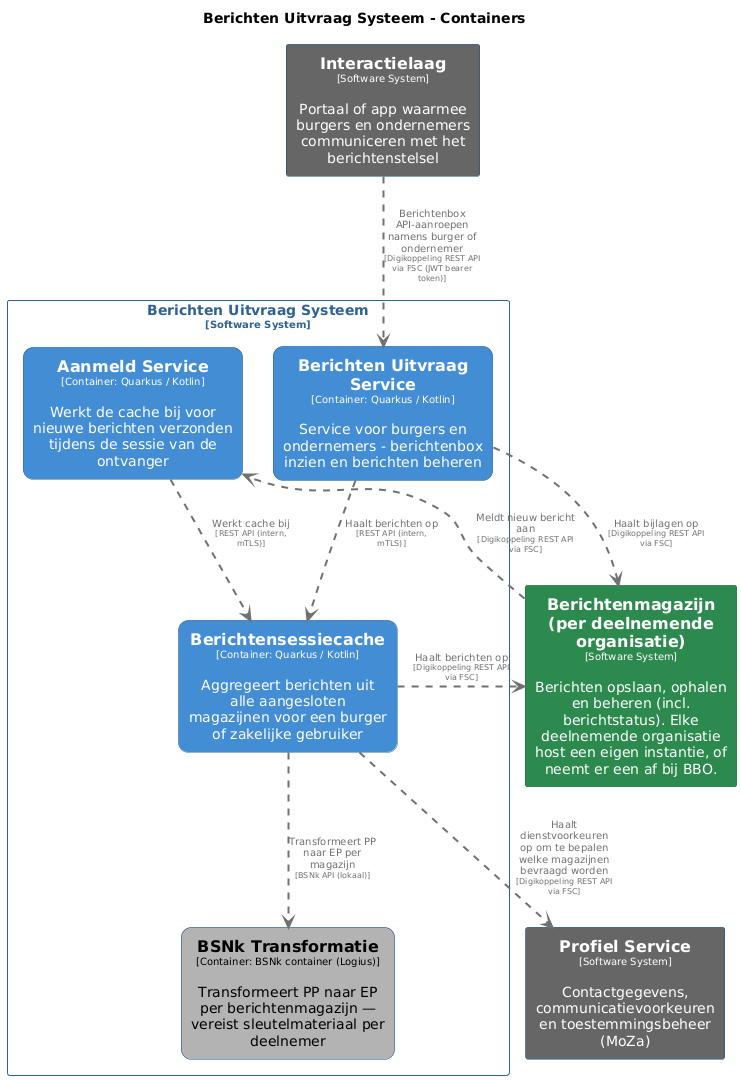
MinBZK/moza-poc-fbs-berichtenbox keeps this PlantUML diagram as pr-preview/pr-29/master/png/BerichtenUitvraagSysteemContainers.png. Above is the earlier version.
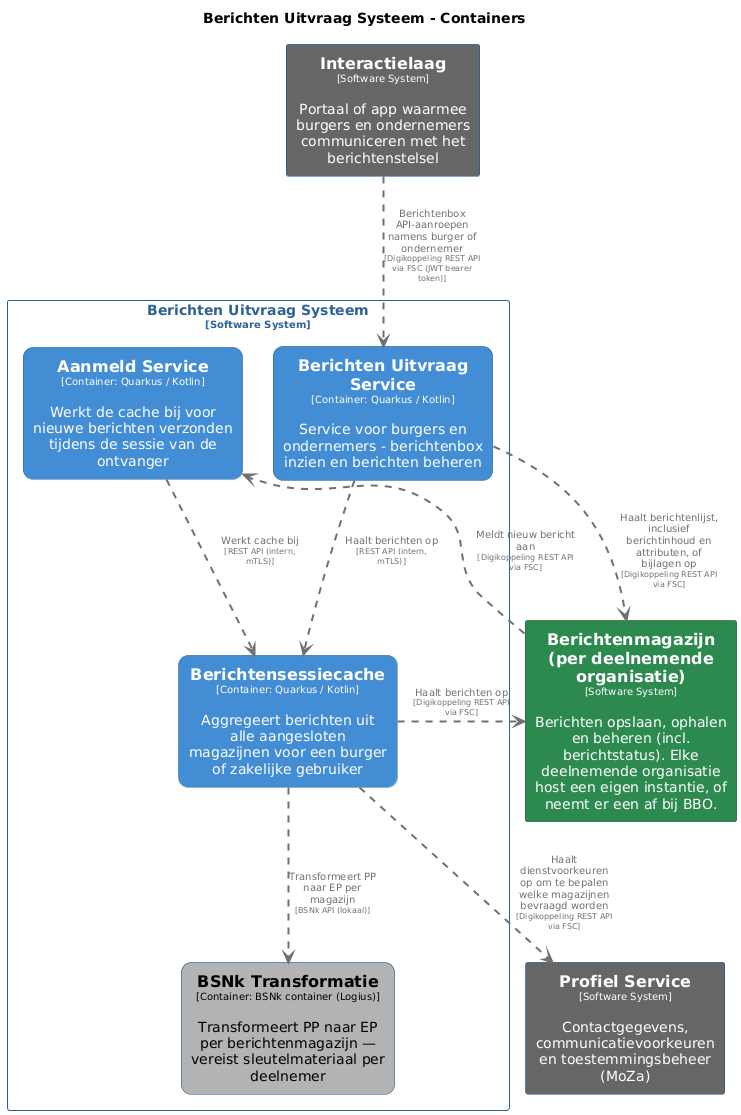
Later version of the same file.

Change to the diagram source:
```diff
@@ -85,5 +85,5 @@
 BerichtenUitvraagSysteem.AanmeldService .[#707070,thickness=2].> BerichtenUitvraagSysteem.Berichtensessiecache : "<color:#707070>Werkt cache bij\n<color:#707070><size:8>[REST API (intern, mTLS)]</size>"
 BerichtenUitvraagSysteem.BerichtenUitvraagService .[#707070,thickness=2].> BerichtenUitvraagSysteem.Berichtensessiecache : "<color:#707070>Haalt berichten op\n<color:#707070><size:8>[REST API (intern, mTLS)]</size>"
 Interactielaag .[#707070,thickness=2].> BerichtenUitvraagSysteem.BerichtenUitvraagService : "<color:#707070>Berichtenbox API-aanroepen namens burger of ondernemer\n<color:#707070><size:8>[Digikoppeling REST API via FSC (JWT bearer token)]</size>"
-BerichtenUitvraagSysteem.BerichtenUitvraagService .[#707070,thickness=2].> Berichtenmagazijnperdeelnemendeorganisatie : "<color:#707070>Haalt bijlagen op\n<color:#707070><size:8>[Digikoppeling REST API via FSC]</size>"
+BerichtenUitvraagSysteem.BerichtenUitvraagService .[#707070,thickness=2].> Berichtenmagazijnperdeelnemendeorganisatie : "<color:#707070>Haalt berichtenlijst, inclusief berichtinhoud en attributen, of bijlagen op\n<color:#707070><size:8>[Digikoppeling REST API via FSC]</size>"
 @enduml
```
